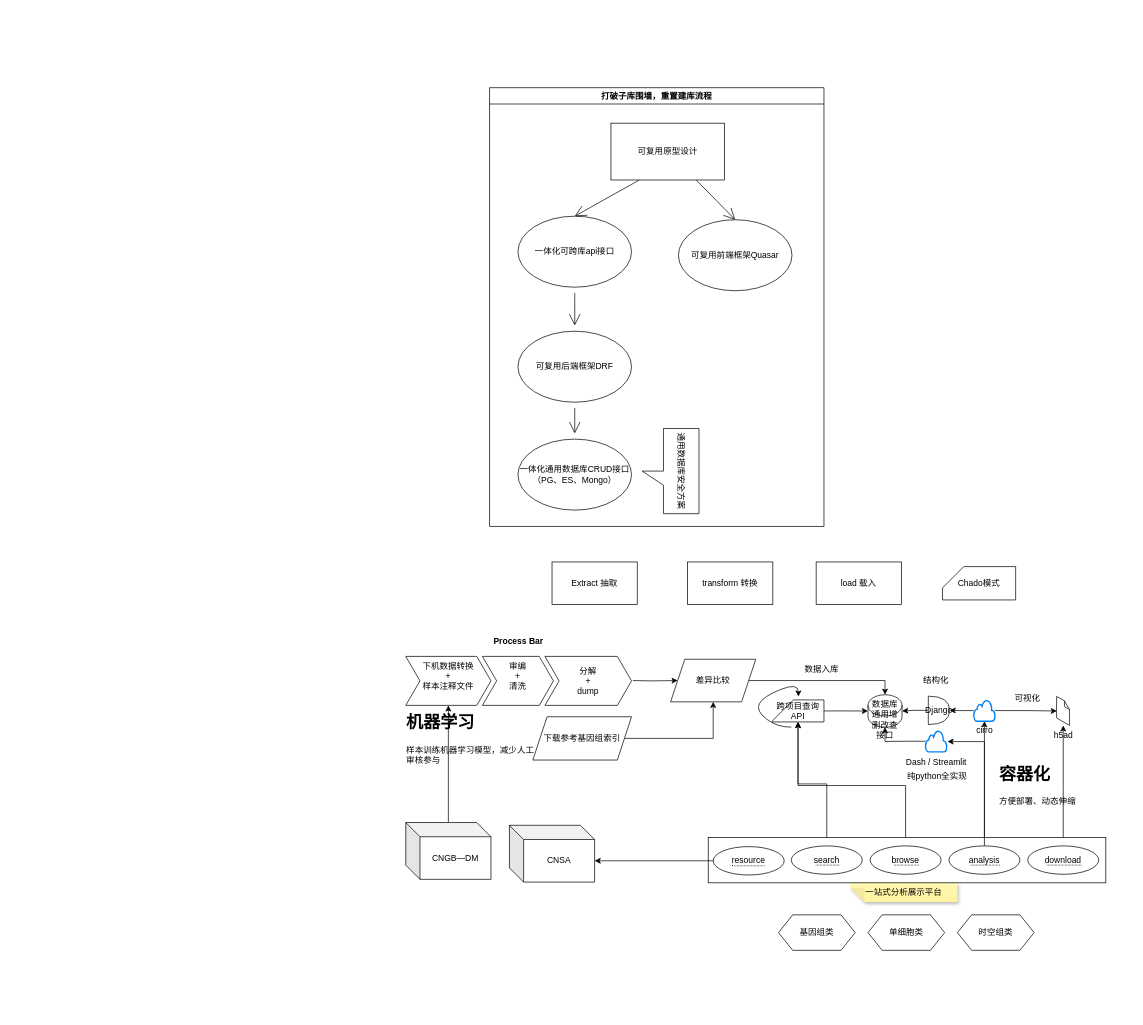
This is page "Page-2" (2 of 2) of Untitled Diagram.drawio from horizon365/LiveWithPython, a draw.io file, before an edit. Source tidied: cells renumbered, new cells numbered last; positions are measured from the earlier drawing's top-left corner, leaving out a move shared by most shapes. Both pictures are drawn from the tidied source at 71%, with x=0, y=0 at pixel (398, 87). Pictures stored in the file or linked from it are replaced by grey dashed boxes.
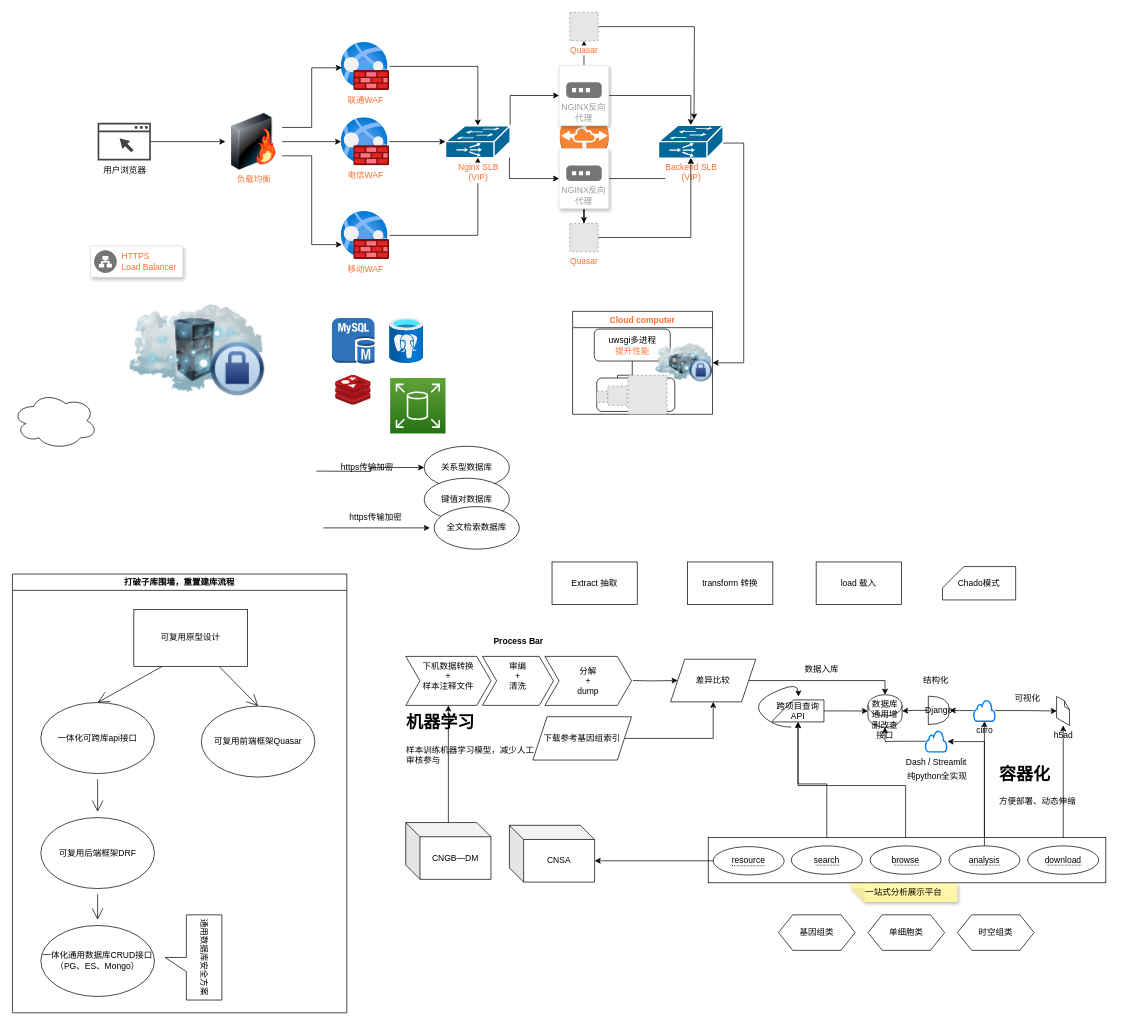
The same page after the edit.

What changed in the source:
```diff
@@
     <mxCell id="12" style="group;" parent="1" vertex="1">
-      <mxGeometry x="128" width="471" height="618" as="geometry" />
+      <mxGeometry x="-544" y="685" width="471" height="618" as="geometry" />
     </mxCell>
@@
+    <mxCell id="67" style="edgeStyle=orthogonalEdgeStyle;rounded=0;jettySize=auto;html=1;" parent="1" edge="1" target="68">
+      <mxGeometry relative="1" as="geometry">
+        <mxPoint x="-116" y="540" as="sourcePoint" />
+      </mxGeometry>
+    </mxCell>
+    <mxCell id="68" value="关系型数据库" style="ellipse;whiteSpace=wrap;html=1;rounded=1;" parent="1" vertex="1">
+      <mxGeometry x="36" y="505" width="120" height="60" as="geometry" />
+    </mxCell>
+    <mxCell id="69" style="edgeStyle=orthogonalEdgeStyle;rounded=0;jettySize=auto;html=1;fontColor=#FF6E30;" parent="1" edge="1" source="70" target="93">
+      <mxGeometry relative="1" as="geometry" />
+    </mxCell>
+    <mxCell id="70" value="用户浏览器" style="sketch=0;shadow=0;dashed=0;html=1;strokeColor=none;fillColor=#434445;labelPosition=center;verticalLabelPosition=bottom;verticalAlign=top;align=center;outlineConnect=0;shape=mxgraph.vvd.web_browser;" parent="1" vertex="1">
+      <mxGeometry x="-424" y="49.4" width="75" height="53.2" as="geometry" />
+    </mxCell>
+    <mxCell id="71" value="键值对数据库" style="ellipse;whiteSpace=wrap;html=1;rounded=1;" parent="1" vertex="1">
+      <mxGeometry x="36" y="550" width="120" height="60" as="geometry" />
+    </mxCell>
+    <mxCell id="72" value="全文检索数据库" style="ellipse;whiteSpace=wrap;html=1;rounded=1;" parent="1" vertex="1">
+      <mxGeometry x="50" y="590" width="120" height="60" as="geometry" />
+    </mxCell>
+    <mxCell id="73" value="https传输加密" style="text;html=1;strokeColor=none;fillColor=none;align=center;verticalAlign=middle;whiteSpace=wrap;rounded=0;" parent="1" vertex="1">
+      <mxGeometry x="-84" y="520" width="80" height="30" as="geometry" />
+    </mxCell>
+    <mxCell id="74" style="edgeStyle=orthogonalEdgeStyle;rounded=0;orthogonalLoop=1;jettySize=auto;html=1;" parent="1" edge="1">
+      <mxGeometry relative="1" as="geometry">
+        <mxPoint x="-106" y="620" as="sourcePoint" />
+        <mxPoint x="44" y="620" as="targetPoint" />
+      </mxGeometry>
+    </mxCell>
+    <mxCell id="75" value="https传输加密" style="text;html=1;strokeColor=none;fillColor=none;align=center;verticalAlign=middle;whiteSpace=wrap;rounded=0;" parent="1" vertex="1">
+      <mxGeometry x="-72" y="590" width="80" height="30" as="geometry" />
+    </mxCell>
+    <mxCell id="76" style="dashed=0;verticalLabelPosition=bottom;verticalAlign=top;align=center;html=1;shape=mxgraph.aws3.vpc_peering;fillColor=#F58534;gradientColor=none;" parent="1" vertex="1">
+      <mxGeometry x="227" y="33" width="69" height="72" as="geometry" />
+    </mxCell>
+    <mxCell id="77" style="image;html=1;image=img/lib/clip_art/networking/Cloud_Rack_Private_128x128.png;" parent="1" vertex="1">
+      <mxGeometry x="-394" y="305" width="220" height="130" as="geometry" />
+    </mxCell>
+    <mxCell id="78" style="ellipse;shape=cloud;whiteSpace=wrap;html=1;labelBackgroundColor=#FFFFFF;fontColor=#FF6E30;" parent="1" vertex="1">
+      <mxGeometry x="-544" y="429" width="120" height="80" as="geometry" />
+    </mxCell>
+    <mxCell id="79" style="edgeStyle=orthogonalEdgeStyle;rounded=0;jettySize=auto;html=1;fontColor=#FF6E30;" parent="1" edge="1" source="80" target="100">
+      <mxGeometry relative="1" as="geometry" />
+    </mxCell>
+    <mxCell id="80" value="联通WAF" style="html=1;points=[];align=center;image;fontSize=12;image=img/lib/azure2/networking/Web_Application_Firewall_Policies_WAF.svg;labelBackgroundColor=#FFFFFF;fontColor=#FF6E30;" parent="1" vertex="1">
+      <mxGeometry x="-81" y="-64" width="68" height="68" as="geometry" />
+    </mxCell>
+    <mxCell id="81" value="Cloud computer" style="swimlane;labelBackgroundColor=#FFFFFF;fontColor=#FF6E30;" parent="1" vertex="1">
+      <mxGeometry x="245" y="315" width="197" height="145" as="geometry" />
+    </mxCell>
+    <mxCell id="82" style="edgeStyle=orthogonalEdgeStyle;rounded=0;jettySize=auto;html=1;fontColor=#FF6E30;" parent="81" edge="1" source="83" target="88">
+      <mxGeometry relative="1" as="geometry" />
+    </mxCell>
+    <mxCell id="83" value="&lt;div&gt;uwsgi多进程&lt;/div&gt;&lt;div&gt;&lt;font color=&quot;#FF6E30&quot;&gt;提升性能&lt;/font&gt;&lt;br&gt;&lt;/div&gt;" style="whiteSpace=wrap;html=1;rounded=1;" parent="81" vertex="1">
+      <mxGeometry x="30.5" y="25" width="107" height="45" as="geometry" />
+    </mxCell>
+    <mxCell id="84" style="group;" parent="81" vertex="1">
+      <mxGeometry x="34" y="90" width="110" height="55" as="geometry" />
+    </mxCell>
+    <mxCell id="85" style="rounded=1;whiteSpace=wrap;html=1;labelBackgroundColor=#FFFFFF;fontColor=#FF6E30;" parent="84" vertex="1">
+      <mxGeometry y="3.9" width="110" height="47.1" as="geometry" />
+    </mxCell>
+    <mxCell id="86" style="fillColor=#E6E6E6;strokeColor=#999999;dashed=1;html=1;verticalAlign=top;verticalLabelPosition=bottom;labelBackgroundColor=#ffffff;fontColor=#FF6E30;" parent="84" vertex="1">
+      <mxGeometry x="44" width="55" height="55" as="geometry" />
+    </mxCell>
+    <mxCell id="87" style="fillColor=#E6E6E6;strokeColor=#999999;dashed=1;html=1;verticalAlign=top;verticalLabelPosition=bottom;labelBackgroundColor=#ffffff;fontColor=#FF6E30;" parent="84" vertex="1">
+      <mxGeometry y="22.4" width="15.7" height="15.7" as="geometry" />
+    </mxCell>
+    <mxCell id="88" style="fillColor=#E6E6E6;strokeColor=#999999;dashed=1;html=1;verticalAlign=top;verticalLabelPosition=bottom;labelBackgroundColor=#ffffff;fontColor=#FF6E30;" parent="84" vertex="1">
+      <mxGeometry x="15.6" y="15.3" width="27.1" height="27.1" as="geometry" />
+    </mxCell>
+    <mxCell id="89" style="image;html=1;image=img/lib/clip_art/networking/Cloud_Server_Private_128x128.png;" parent="81" vertex="1">
+      <mxGeometry x="117" y="32.5" width="80" height="80" as="geometry" />
+    </mxCell>
+    <mxCell id="90" style="edgeStyle=orthogonalEdgeStyle;rounded=0;jettySize=auto;html=1;fontColor=#FF6E30;" parent="1" edge="1" source="93" target="95">
+      <mxGeometry relative="1" as="geometry" />
+    </mxCell>
+    <mxCell id="91" style="edgeStyle=orthogonalEdgeStyle;rounded=0;jettySize=auto;html=1;exitX=1;exitY=0.25;exitDx=0;exitDy=0;entryX=0.015;entryY=0.529;entryDx=0;entryDy=0;entryPerimeter=0;fontColor=#FF6E30;" parent="1" edge="1" source="93" target="80">
+      <mxGeometry relative="1" as="geometry" />
+    </mxCell>
+    <mxCell id="92" style="edgeStyle=orthogonalEdgeStyle;rounded=0;jettySize=auto;html=1;exitX=1;exitY=0.75;exitDx=0;exitDy=0;entryX=0.015;entryY=0.691;entryDx=0;entryDy=0;entryPerimeter=0;fontColor=#FF6E30;" parent="1" edge="1" source="93" target="97">
+      <mxGeometry relative="1" as="geometry" />
+    </mxCell>
+    <mxCell id="93" value="负载均衡" style="image;html=1;image=img/lib/clip_art/networking/Firewall-page1_128x128.png;labelBackgroundColor=#FFFFFF;fontColor=#FF6E30;" parent="1" vertex="1">
+      <mxGeometry x="-244" y="36" width="80" height="80" as="geometry" />
+    </mxCell>
+    <mxCell id="94" style="edgeStyle=orthogonalEdgeStyle;rounded=0;jettySize=auto;html=1;fontColor=#FF6E30;" parent="1" edge="1" source="95" target="100">
+      <mxGeometry relative="1" as="geometry" />
+    </mxCell>
+    <mxCell id="95" value="电信WAF" style="html=1;points=[];align=center;image;fontSize=12;image=img/lib/azure2/networking/Web_Application_Firewall_Policies_WAF.svg;labelBackgroundColor=#FFFFFF;fontColor=#FF6E30;" parent="1" vertex="1">
+      <mxGeometry x="-81" y="42" width="68" height="68" as="geometry" />
+    </mxCell>
+    <mxCell id="96" style="edgeStyle=orthogonalEdgeStyle;rounded=0;jettySize=auto;html=1;fontColor=#FF6E30;" parent="1" edge="1" source="97" target="100">
+      <mxGeometry relative="1" as="geometry" />
+    </mxCell>
+    <mxCell id="97" value="移动WAF" style="html=1;points=[];align=center;image;fontSize=12;image=img/lib/azure2/networking/Web_Application_Firewall_Policies_WAF.svg;labelBackgroundColor=#FFFFFF;fontColor=#FF6E30;" parent="1" vertex="1">
+      <mxGeometry x="-81" y="174" width="68" height="68" as="geometry" />
+    </mxCell>
+    <mxCell id="98" style="edgeStyle=orthogonalEdgeStyle;rounded=0;jettySize=auto;html=1;fontColor=#FF6E30;" parent="1" edge="1" source="100" target="107">
+      <mxGeometry relative="1" as="geometry">
+        <Array as="points">
+          <mxPoint x="156" y="128" />
+        </Array>
+      </mxGeometry>
+    </mxCell>
+    <mxCell id="99" style="edgeStyle=orthogonalEdgeStyle;rounded=0;jettySize=auto;html=1;exitX=1;exitY=0;exitDx=0;exitDy=0;exitPerimeter=0;entryX=0;entryY=0.5;entryDx=0;entryDy=0;fontColor=#FF6E30;" parent="1" edge="1" source="100" target="103">
+      <mxGeometry relative="1" as="geometry" />
+    </mxCell>
+    <mxCell id="100" value="&lt;div&gt;Nginx SLB&lt;/div&gt;&lt;div&gt;(VIP)&lt;br&gt;&lt;/div&gt;" style="shape=mxgraph.cisco.misc.ios_slb;html=1;dashed=0;fillColor=#036897;strokeColor=#ffffff;strokeWidth=2;verticalLabelPosition=bottom;verticalAlign=top;align=center;outlineConnect=0;labelBackgroundColor=#FFFFFF;fontColor=#FF6E30;" parent="1" vertex="1">
+      <mxGeometry x="66" y="53.5" width="91" height="45" as="geometry" />
+    </mxCell>
+    <mxCell id="101" style="edgeStyle=orthogonalEdgeStyle;rounded=0;jettySize=auto;html=1;entryX=0.5;entryY=0;entryDx=0;entryDy=0;entryPerimeter=0;fontColor=#FF6E30;" parent="1" edge="1" source="103" target="110">
+      <mxGeometry relative="1" as="geometry" />
+    </mxCell>
+    <mxCell id="102" style="edgeStyle=orthogonalEdgeStyle;rounded=0;jettySize=auto;html=1;fontColor=#FF6E30;" parent="1" edge="1" source="103" target="112">
+      <mxGeometry relative="1" as="geometry" />
+    </mxCell>
+    <mxCell id="103" value="NGINX反向代理" style="strokeColor=#dddddd;shadow=1;strokeWidth=1;rounded=1;absoluteArcSize=1;arcSize=2;labelPosition=center;verticalLabelPosition=middle;align=center;verticalAlign=bottom;spacingLeft=0;fontColor=#999999;fontSize=12;whiteSpace=wrap;spacingBottom=2;labelBackgroundColor=#FFFFFF;" parent="1" vertex="1">
+      <mxGeometry x="226" y="-31.5" width="70" height="85" as="geometry" />
+    </mxCell>
+    <mxCell id="104" style="sketch=0;dashed=0;html=1;fillColor=#757575;strokeColor=none;shape=mxgraph.gcp2.gateway_icon;labelBackgroundColor=#FFFFFF;fontColor=#FF6E30;" parent="103" vertex="1">
+      <mxGeometry x="0.5" width="50" height="22" relative="1" as="geometry">
+        <mxPoint x="-25" y="24" as="offset" />
+      </mxGeometry>
+    </mxCell>
+    <mxCell id="105" style="edgeStyle=orthogonalEdgeStyle;rounded=0;jettySize=auto;html=1;entryX=0.5;entryY=0.99;entryDx=0;entryDy=0;entryPerimeter=0;fontColor=#FF6E30;" parent="1" edge="1" source="107" target="110">
+      <mxGeometry relative="1" as="geometry" />
+    </mxCell>
+    <mxCell id="106" style="edgeStyle=orthogonalEdgeStyle;rounded=0;jettySize=auto;html=1;fontColor=#FF6E30;" parent="1" edge="1" source="107" target="114">
+      <mxGeometry relative="1" as="geometry" />
+    </mxCell>
+    <mxCell id="107" value="NGINX反向代理" style="strokeColor=#dddddd;shadow=1;strokeWidth=1;rounded=1;absoluteArcSize=1;arcSize=2;labelPosition=center;verticalLabelPosition=middle;align=center;verticalAlign=bottom;spacingLeft=0;fontColor=#999999;fontSize=12;whiteSpace=wrap;spacingBottom=2;labelBackgroundColor=#FFFFFF;" parent="1" vertex="1">
+      <mxGeometry x="226" y="85.5" width="70" height="85" as="geometry" />
+    </mxCell>
+    <mxCell id="108" style="sketch=0;dashed=0;html=1;fillColor=#757575;strokeColor=none;shape=mxgraph.gcp2.gateway_icon;labelBackgroundColor=#FFFFFF;fontColor=#FF6E30;" parent="107" vertex="1">
+      <mxGeometry x="0.5" width="50" height="22" relative="1" as="geometry">
+        <mxPoint x="-25" y="24" as="offset" />
+      </mxGeometry>
+    </mxCell>
+    <mxCell id="109" style="edgeStyle=orthogonalEdgeStyle;rounded=0;jettySize=auto;html=1;fontColor=#FF6E30;entryX=1;entryY=0.5;entryDx=0;entryDy=0;" parent="1" edge="1" target="89">
+      <mxGeometry relative="1" as="geometry">
+        <mxPoint x="457" y="78" as="sourcePoint" />
+        <Array as="points">
+          <mxPoint x="486" y="78" />
+          <mxPoint x="486" y="387" />
+        </Array>
+      </mxGeometry>
+    </mxCell>
+    <mxCell id="110" value="&lt;div&gt;Backend SLB&lt;/div&gt;&lt;div&gt;(VIP)&lt;br&gt;&lt;/div&gt;" style="shape=mxgraph.cisco.misc.ios_slb;html=1;dashed=0;fillColor=#036897;strokeColor=#ffffff;strokeWidth=2;verticalLabelPosition=bottom;verticalAlign=top;align=center;outlineConnect=0;labelBackgroundColor=#FFFFFF;fontColor=#FF6E30;" parent="1" vertex="1">
+      <mxGeometry x="366" y="52.8" width="91" height="46.4" as="geometry" />
+    </mxCell>
+    <mxCell id="111" style="edgeStyle=orthogonalEdgeStyle;rounded=0;jettySize=auto;html=1;fontColor=#FF6E30;" parent="1" edge="1" source="112">
+      <mxGeometry relative="1" as="geometry">
+        <mxPoint x="416" y="45" as="targetPoint" />
+      </mxGeometry>
+    </mxCell>
+    <mxCell id="112" value="Quasar" style="fillColor=#E6E6E6;strokeColor=#999999;dashed=1;html=1;verticalAlign=top;verticalLabelPosition=bottom;labelBackgroundColor=#ffffff;fontColor=#FF6E30;" parent="1" vertex="1">
+      <mxGeometry x="241" y="-106" width="40" height="40" as="geometry" />
+    </mxCell>
+    <mxCell id="113" style="edgeStyle=orthogonalEdgeStyle;rounded=0;jettySize=auto;html=1;fontColor=#FF6E30;" parent="1" edge="1" source="114" target="110">
+      <mxGeometry relative="1" as="geometry" />
+    </mxCell>
+    <mxCell id="114" value="Quasar" style="fillColor=#E6E6E6;strokeColor=#999999;dashed=1;html=1;verticalAlign=top;verticalLabelPosition=bottom;labelBackgroundColor=#ffffff;fontColor=#FF6E30;" parent="1" vertex="1">
+      <mxGeometry x="241" y="191" width="40" height="40" as="geometry" />
+    </mxCell>
+    <mxCell id="115" style="strokeColor=#dddddd;shadow=1;strokeWidth=1;rounded=1;absoluteArcSize=1;arcSize=2;labelBackgroundColor=#FFFFFF;fontColor=#FF6E30;" parent="1" vertex="1">
+      <mxGeometry x="-434" y="223" width="130" height="44" as="geometry" />
+    </mxCell>
+    <mxCell id="116" value="HTTPS&#10;Load Balancer" style="sketch=0;dashed=0;html=1;fillColor=#757575;strokeColor=none;shape=mxgraph.gcp2.network_load_balancer;labelPosition=right;verticalLabelPosition=middle;align=left;verticalAlign=middle;spacingLeft=5;fontSize=12;labelBackgroundColor=#FFFFFF;fontColor=#FF6E30;" parent="115" vertex="1">
+      <mxGeometry y="0.5" width="32" height="32" relative="1" as="geometry">
+        <mxPoint x="5" y="-16" as="offset" />
+      </mxGeometry>
+    </mxCell>
+    <mxCell id="117" style="dashed=0;verticalLabelPosition=bottom;verticalAlign=top;align=center;html=1;shape=mxgraph.aws3.mysql_db_instance;fillColor=#2E73B8;gradientColor=none;labelBackgroundColor=#FFFFFF;fontColor=#FF6E30;" parent="1" vertex="1">
+      <mxGeometry x="-94" y="324.5" width="60" height="64.5" as="geometry" />
+    </mxCell>
+    <mxCell id="118" style="html=1;align=center;image;fontSize=12;image=img/lib/azure2/databases/Azure_Database_PostgreSQL_Server.svg;labelBackgroundColor=#FFFFFF;fontColor=#FF6E30;" parent="1" vertex="1">
+      <mxGeometry x="-13" y="324.5" width="48" height="64" as="geometry" />
+    </mxCell>
+    <mxCell id="119" style="sketch=0;html=1;align=center;image;fontSize=12;image=img/lib/mscae/Cache_Redis_Product.svg;labelBackgroundColor=#FFFFFF;fontColor=#FF6E30;" parent="1" vertex="1">
+      <mxGeometry x="-89" y="405" width="50" height="42" as="geometry" />
+    </mxCell>
+    <mxCell id="120" style="sketch=0;fontColor=#232F3E;gradientColor=#60A337;gradientDirection=north;fillColor=#277116;strokeColor=#ffffff;dashed=0;verticalLabelPosition=bottom;verticalAlign=top;align=center;html=1;fontSize=12;fontStyle=0;shape=mxgraph.aws4.resourceIcon;resIcon=mxgraph.aws4.elastic_block_store;labelBackgroundColor=#FFFFFF;" parent="1" vertex="1">
+      <mxGeometry x="-12" y="409" width="78" height="78" as="geometry" />
+    </mxCell>
```
